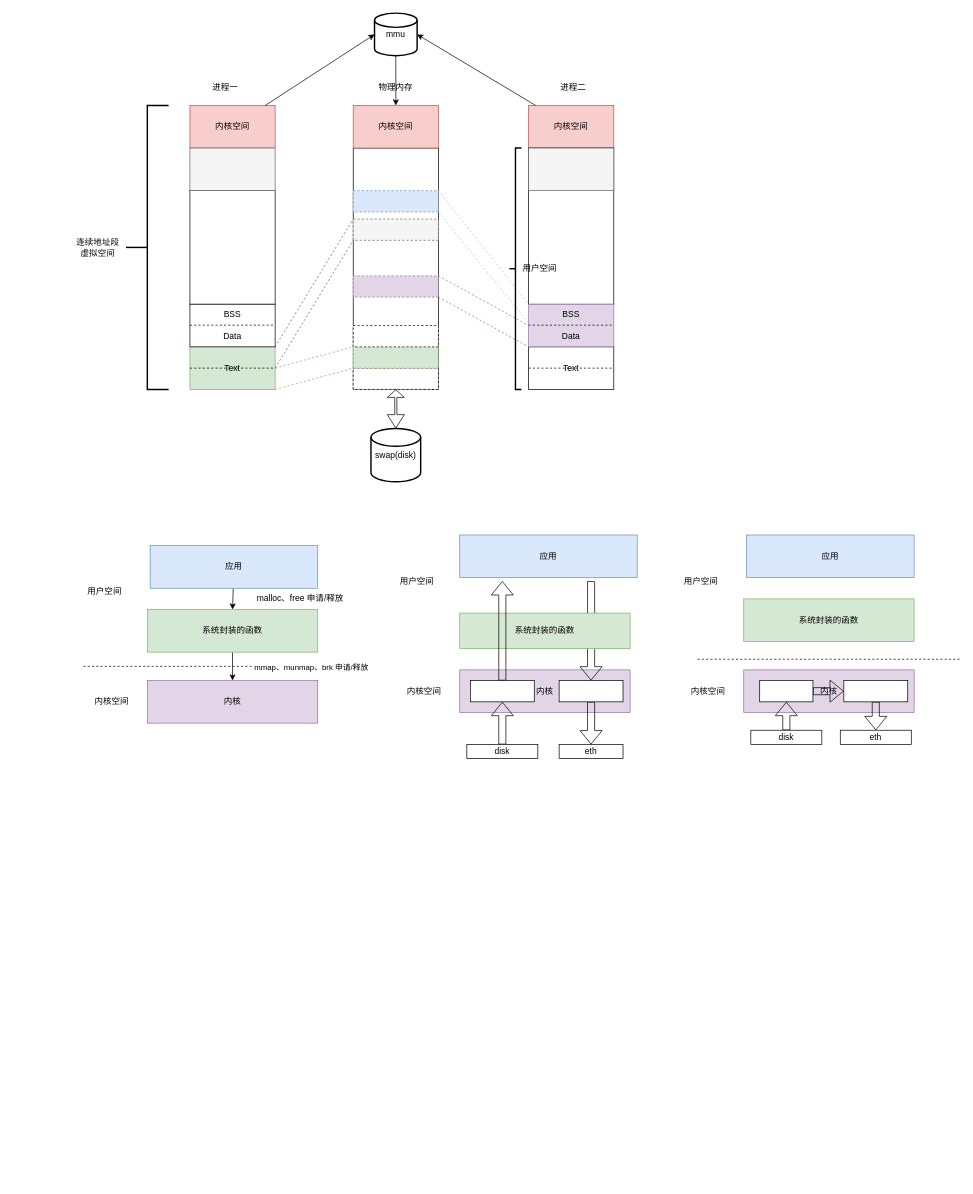
The draw.io diagram java/linux内存管理.drawio in zhangwz-lib/drawio-image, before the edit. Source tidied: cells renumbered, new cells numbered last; positions are measured from the earlier drawing's top-left corner, leaving out a move shared by most shapes. Both pictures are drawn from the tidied source at 71%, with x=0, y=0 at pixel (69, 13).
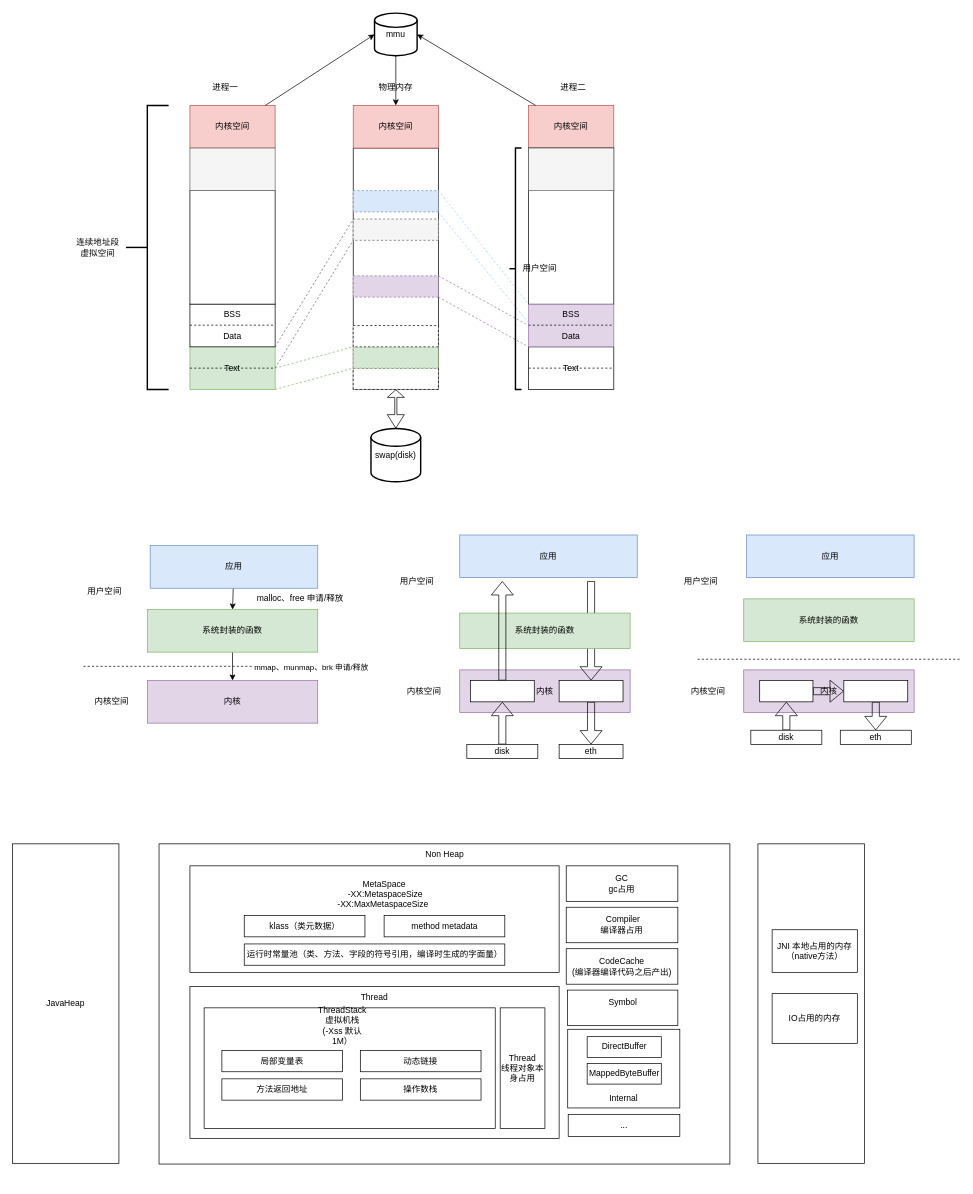
The same page after the edit.

Commit message:
更新linux内存管理.drawio

The edit, as a diff of the source:
```diff
@@
+    <mxCell id="84" style="rounded=0;whiteSpace=wrap;html=1;" parent="1" vertex="1">
+      <mxGeometry x="970" y="1170" width="150" height="450" as="geometry" />
+    </mxCell>
+    <mxCell id="85" style="group;" parent="1" vertex="1">
+      <mxGeometry x="170" y="1201" width="790" height="445.7" as="geometry" />
+    </mxCell>
+    <mxCell id="86" style="rounded=0;whiteSpace=wrap;html=1;" parent="85" vertex="1">
+      <mxGeometry x="-43.5" y="-31" width="804" height="451" as="geometry" />
+    </mxCell>
+    <mxCell id="87" style="rounded=0;whiteSpace=wrap;html=1;" parent="85" vertex="1">
+      <mxGeometry width="520" height="150" as="geometry" />
+    </mxCell>
+    <mxCell id="88" value="klass（类元数据）" style="rounded=0;whiteSpace=wrap;html=1;" parent="85" vertex="1">
+      <mxGeometry x="76.5" y="70" width="170" height="30" as="geometry" />
+    </mxCell>
+    <mxCell id="89" value="method metadata" style="rounded=0;whiteSpace=wrap;html=1;" parent="85" vertex="1">
+      <mxGeometry x="273.5" y="70" width="170" height="30" as="geometry" />
+    </mxCell>
+    <mxCell id="90" value="运行时常量池（类、方法、字段的符号引用，编译时生成的字面量）" style="rounded=0;whiteSpace=wrap;html=1;" parent="85" vertex="1">
+      <mxGeometry x="76.5" y="110" width="367" height="30" as="geometry" />
+    </mxCell>
+    <mxCell id="91" value="MetaSpace&amp;nbsp;&lt;br&gt;&lt;span style=&quot;background-color: transparent;&quot;&gt;-XX:MetaspaceSize&lt;br&gt;&lt;/span&gt;&lt;span style=&quot;background-color: transparent;&quot;&gt;-XX:MaxMetaspaceSize&lt;/span&gt;&amp;nbsp;&amp;nbsp;" style="text;html=1;whiteSpace=wrap;strokeColor=none;fillColor=none;align=center;verticalAlign=middle;rounded=0;" parent="85" vertex="1">
+      <mxGeometry x="93.5" y="20" width="363" height="40" as="geometry" />
+    </mxCell>
+    <mxCell id="92" style="group;" parent="85" vertex="1">
+      <mxGeometry x="530" width="160" height="400" as="geometry" />
+    </mxCell>
+    <mxCell id="93" value="&lt;div&gt;&lt;br&gt;&lt;/div&gt;" style="rounded=0;whiteSpace=wrap;html=1;" parent="92" vertex="1">
+      <mxGeometry x="2.1" y="230.2" width="157.9" height="110.8" as="geometry" />
+    </mxCell>
+    <mxCell id="94" value="CodeCache&lt;br&gt;(编译器编译代码之后产出)" style="rounded=0;whiteSpace=wrap;html=1;" parent="92" vertex="1">
+      <mxGeometry y="116.7" width="157.2" height="50" as="geometry" />
+    </mxCell>
+    <mxCell id="95" value="GC&lt;br&gt;gc占用" style="rounded=0;whiteSpace=wrap;html=1;" parent="92" vertex="1">
+      <mxGeometry width="157.2" height="50" as="geometry" />
+    </mxCell>
+    <mxCell id="96" value="&amp;nbsp;Compiler&lt;br&gt;编译器占用" style="rounded=0;whiteSpace=wrap;html=1;" parent="92" vertex="1">
+      <mxGeometry y="58.3" width="157.2" height="50" as="geometry" />
+    </mxCell>
+    <mxCell id="97" value="Symbol&lt;div&gt;&lt;br/&gt;&lt;/div&gt;" style="rounded=0;whiteSpace=wrap;html=1;" parent="92" vertex="1">
+      <mxGeometry x="1.7" y="175" width="155.5" height="50" as="geometry" />
+    </mxCell>
+    <mxCell id="98" value="DirectBuffer" style="rounded=0;whiteSpace=wrap;html=1;" parent="92" vertex="1">
+      <mxGeometry x="29.5" y="240.6" width="104.4" height="29.2" as="geometry" />
+    </mxCell>
+    <mxCell id="99" value="MappedByteBuffer" style="rounded=0;whiteSpace=wrap;html=1;" parent="92" vertex="1">
+      <mxGeometry x="29.5" y="278.2" width="104.4" height="29.2" as="geometry" />
+    </mxCell>
+    <mxCell id="100" value="Internal" style="text;html=1;whiteSpace=wrap;strokeColor=none;fillColor=none;align=center;verticalAlign=middle;rounded=0;" parent="92" vertex="1">
+      <mxGeometry x="53.3" y="314.1" width="55.5" height="26.9" as="geometry" />
+    </mxCell>
+    <mxCell id="101" value="&lt;div&gt;...&lt;/div&gt;" style="rounded=0;whiteSpace=wrap;html=1;" parent="92" vertex="1">
+      <mxGeometry x="2.8" y="350" width="157.2" height="31.4" as="geometry" />
+    </mxCell>
+    <mxCell id="102" style="group;" parent="1" vertex="1">
+      <mxGeometry x="170" y="1371" width="520" height="213.8" as="geometry" />
+    </mxCell>
+    <mxCell id="103" style="rounded=0;whiteSpace=wrap;html=1;" parent="102" vertex="1">
+      <mxGeometry width="520" height="213.8" as="geometry" />
+    </mxCell>
+    <mxCell id="104" value="Thread&lt;div&gt;线程对象本身占用&lt;/div&gt;" style="rounded=0;whiteSpace=wrap;html=1;" parent="102" vertex="1">
+      <mxGeometry x="437" y="30" width="63" height="170" as="geometry" />
+    </mxCell>
+    <mxCell id="105" style="group;" parent="102" vertex="1">
+      <mxGeometry x="20" y="30" width="410" height="170" as="geometry" />
+    </mxCell>
+    <mxCell id="106" style="rounded=0;whiteSpace=wrap;html=1;" parent="105" vertex="1">
+      <mxGeometry width="410" height="170" as="geometry" />
+    </mxCell>
+    <mxCell id="107" value="动态链接" style="rounded=0;whiteSpace=wrap;html=1;" parent="105" vertex="1">
+      <mxGeometry x="220" y="60" width="170" height="30" as="geometry" />
+    </mxCell>
+    <mxCell id="108" value="局部变量表" style="rounded=0;whiteSpace=wrap;html=1;" parent="105" vertex="1">
+      <mxGeometry x="25" y="60" width="170" height="30" as="geometry" />
+    </mxCell>
+    <mxCell id="109" value="操作数栈" style="rounded=0;whiteSpace=wrap;html=1;" parent="105" vertex="1">
+      <mxGeometry x="220" y="100" width="170" height="30" as="geometry" />
+    </mxCell>
+    <mxCell id="110" value="方法返回地址" style="rounded=0;whiteSpace=wrap;html=1;" parent="105" vertex="1">
+      <mxGeometry x="25" y="100" width="170" height="30" as="geometry" />
+    </mxCell>
+    <mxCell id="111" value="ThreadStack&lt;br&gt;虚拟机栈&lt;br&gt;(-Xss 默认1M）" style="text;html=1;whiteSpace=wrap;strokeColor=none;fillColor=none;align=center;verticalAlign=middle;rounded=0;" parent="105" vertex="1">
+      <mxGeometry x="155" y="10" width="80" height="30" as="geometry" />
+    </mxCell>
+    <mxCell id="112" value="Thread" style="text;html=1;whiteSpace=wrap;strokeColor=none;fillColor=none;align=center;verticalAlign=middle;rounded=0;" parent="102" vertex="1">
+      <mxGeometry x="230" width="60" height="30" as="geometry" />
+    </mxCell>
+    <mxCell id="113" value="Non Heap" style="text;html=1;whiteSpace=wrap;strokeColor=none;fillColor=none;align=center;verticalAlign=middle;rounded=0;" parent="1" vertex="1">
+      <mxGeometry x="498.5" y="1170" width="60" height="30" as="geometry" />
+    </mxCell>
+    <mxCell id="114" value="JNI 本地占用的内存&lt;div&gt;（native方法）&lt;/div&gt;" style="rounded=0;whiteSpace=wrap;html=1;" parent="1" vertex="1">
+      <mxGeometry x="990" y="1291" width="120" height="60" as="geometry" />
+    </mxCell>
+    <mxCell id="115" value="IO占用的内存" style="rounded=0;whiteSpace=wrap;html=1;" parent="1" vertex="1">
+      <mxGeometry x="990" y="1381" width="120" height="70" as="geometry" />
+    </mxCell>
+    <mxCell id="116" value="JavaHeap" style="rounded=0;whiteSpace=wrap;html=1;" parent="1" vertex="1">
+      <mxGeometry x="-80" y="1170" width="150" height="450" as="geometry" />
+    </mxCell>
```
